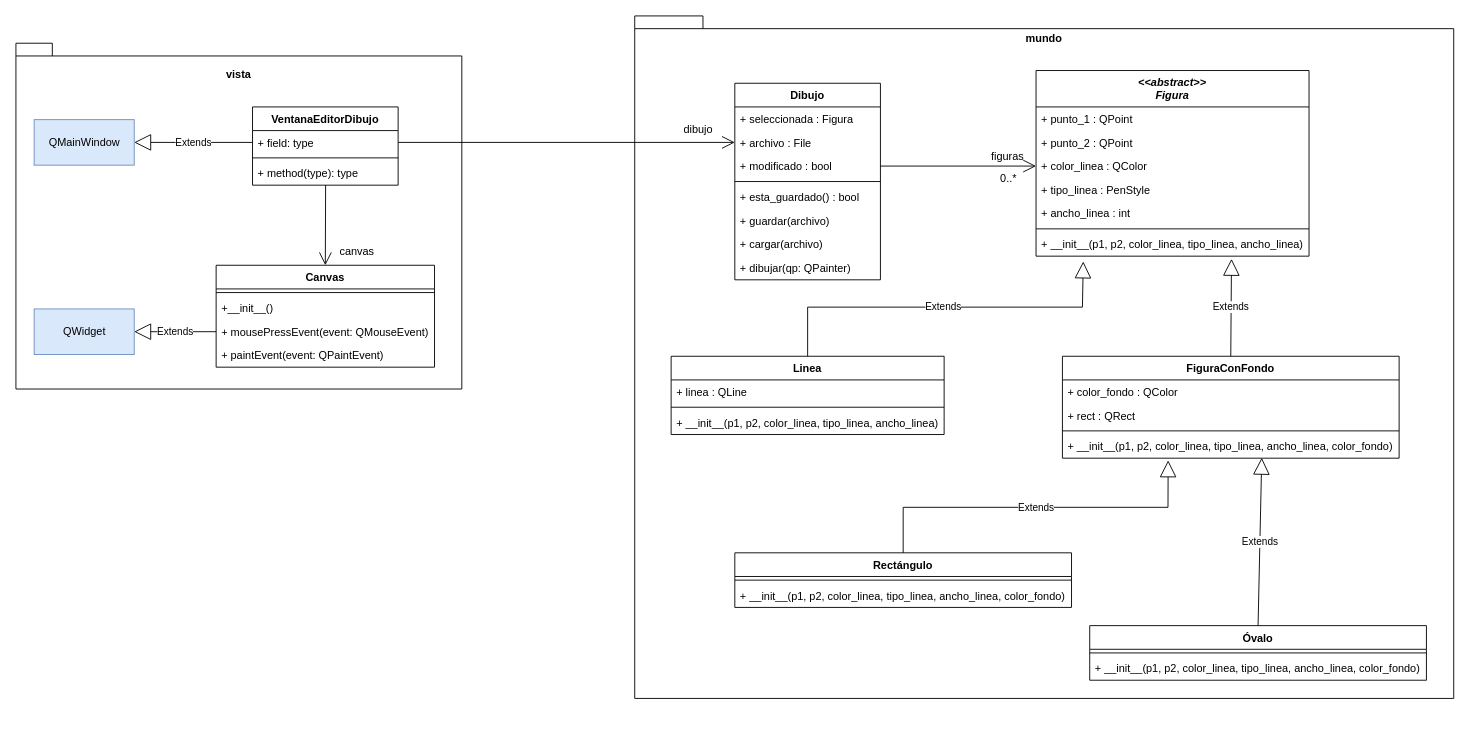
Before: diagrama_clases.drawio in jahlon/editor_dibujo_pyside, a draw.io diagram. Source tidied: cells renumbered, new cells numbered last; positions are measured from the earlier drawing's top-left corner, leaving out a move shared by most shapes. Both pictures are drawn from the tidied source at 91%, with x=0, y=0 at pixel (15, 15).
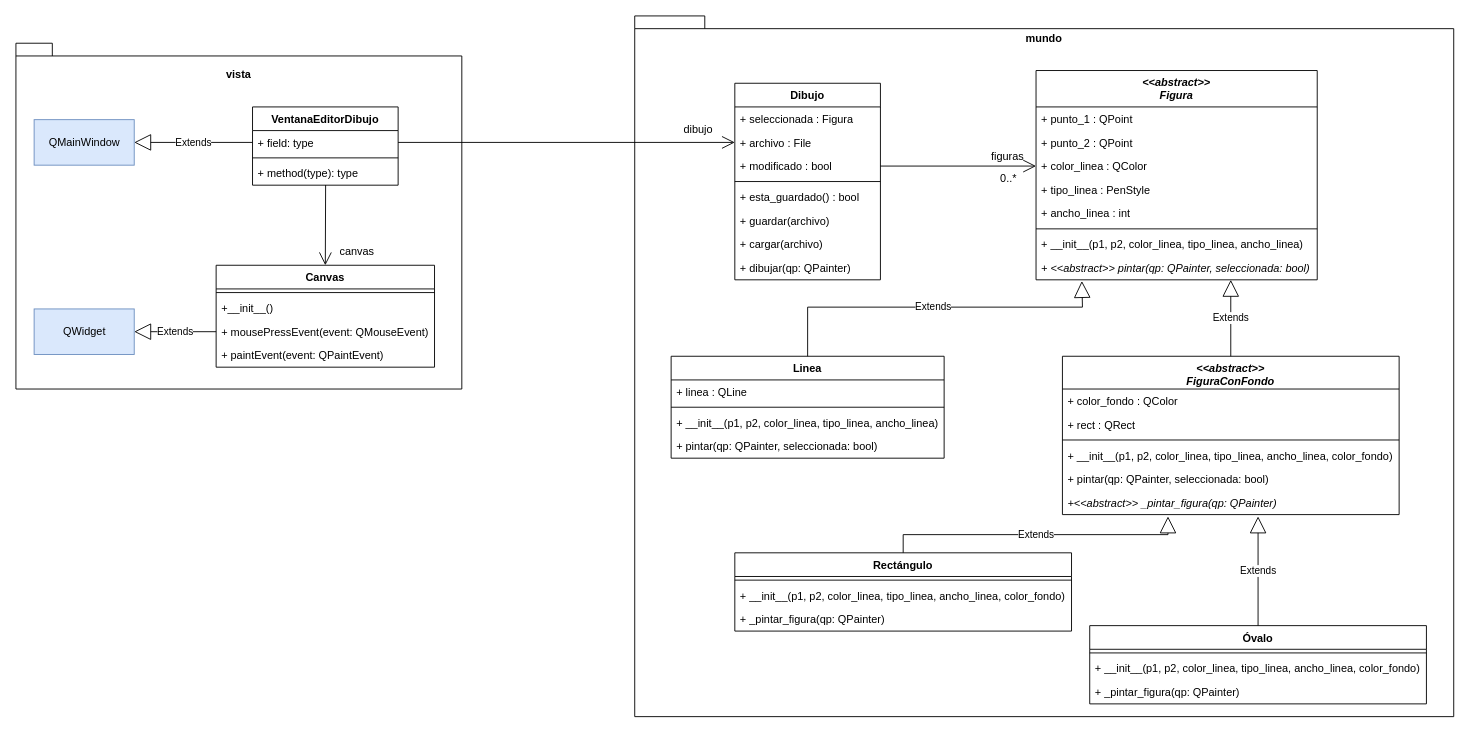
Above is the later version.

Commit message:
Modificar el diagrama para reflejar los cambios en el modelo

Change to the diagram source:
```diff
@@
     <mxCell id="2" style="shape=folder;fontStyle=1;spacingTop=10;tabWidth=40;tabHeight=14;tabPosition=left;html=1;fillColor=default;" parent="1" vertex="1">
-      <mxGeometry x="680" width="900" height="750" as="geometry" />
+      <mxGeometry x="680" width="900" height="770" as="geometry" />
     </mxCell>
@@
     <mxCell id="4" value="&lt;&lt;abstract&gt;&gt;&#10;Figura" style="swimlane;fontStyle=3;align=center;verticalAlign=top;horizontal=1;startSize=40;" parent="1" vertex="1">
-      <mxGeometry x="1121" y="60" width="300" height="204" as="geometry" />
+      <mxGeometry x="1121" y="60" width="309" height="230" as="geometry" />
     </mxCell>
     <mxCell id="5" value="+ punto_1 : QPoint&#10;" style="text;strokeColor=none;fillColor=none;align=left;verticalAlign=top;spacingLeft=4;spacingRight=4;overflow=hidden;" parent="4" vertex="1">
-      <mxGeometry y="40" width="300" height="26" as="geometry" />
+      <mxGeometry y="40" width="309" height="26" as="geometry" />
     </mxCell>
     <mxCell id="6" value="+ punto_2 : QPoint" style="text;strokeColor=none;fillColor=none;align=left;verticalAlign=top;spacingLeft=4;spacingRight=4;overflow=hidden;" parent="4" vertex="1">
-      <mxGeometry y="66" width="300" height="26" as="geometry" />
+      <mxGeometry y="66" width="309" height="26" as="geometry" />
     </mxCell>
     <mxCell id="7" value="+ color_linea : QColor" style="text;strokeColor=none;fillColor=none;align=left;verticalAlign=top;spacingLeft=4;spacingRight=4;overflow=hidden;points=[[0,0.5],[1,0.5]];portConstraint=eastwest;" parent="4" vertex="1">
-      <mxGeometry y="92" width="300" height="26" as="geometry" />
+      <mxGeometry y="92" width="309" height="26" as="geometry" />
     </mxCell>
     <mxCell id="8" value="+ tipo_linea : PenStyle" style="text;strokeColor=none;fillColor=none;align=left;verticalAlign=top;spacingLeft=4;spacingRight=4;overflow=hidden;" parent="4" vertex="1">
-      <mxGeometry y="118" width="300" height="26" as="geometry" />
+      <mxGeometry y="118" width="309" height="26" as="geometry" />
     </mxCell>
     <mxCell id="9" value="+ ancho_linea : int" style="text;strokeColor=none;fillColor=none;align=left;verticalAlign=top;spacingLeft=4;spacingRight=4;overflow=hidden;" parent="4" vertex="1">
-      <mxGeometry y="144" width="300" height="26" as="geometry" />
+      <mxGeometry y="144" width="309" height="26" as="geometry" />
     </mxCell>
     <mxCell id="10" style="line;strokeWidth=1;fillColor=none;align=left;verticalAlign=middle;spacingTop=-1;spacingLeft=3;spacingRight=3;labelPosition=right;" parent="4" vertex="1">
-      <mxGeometry y="170" width="300" height="8" as="geometry" />
+      <mxGeometry y="170" width="309" height="8" as="geometry" />
     </mxCell>
     <mxCell id="11" value="+ __init__(p1, p2, color_linea, tipo_linea, ancho_linea)" style="text;strokeColor=none;fillColor=none;align=left;verticalAlign=top;spacingLeft=4;spacingRight=4;overflow=hidden;points=[[0,0.5],[1,0.5]];portConstraint=eastwest;" parent="4" vertex="1">
-      <mxGeometry y="178" width="300" height="26" as="geometry" />
+      <mxGeometry y="178" width="309" height="26" as="geometry" />
     </mxCell>
+    <mxCell id="62" value="+ &lt;&lt;abstract&gt;&gt; pintar(qp: QPainter, seleccionada: bool)" style="text;strokeColor=none;fillColor=none;align=left;verticalAlign=top;spacingLeft=4;spacingRight=4;overflow=hidden;points=[[0,0.5],[1,0.5]];portConstraint=eastwest;fontStyle=2;" parent="4" vertex="1">
+      <mxGeometry y="204" width="309" height="26" as="geometry" />
+    </mxCell>
     <mxCell id="12" value="Linea" style="swimlane;fontStyle=1;align=center;verticalAlign=top;horizontal=1;startSize=26;" parent="1" vertex="1">
-      <mxGeometry x="720" y="374" width="300" height="86" as="geometry" />
+      <mxGeometry x="720" y="374" width="300" height="112" as="geometry" />
     </mxCell>
@@
+    <mxCell id="63" value="+ pintar(qp: QPainter, seleccionada: bool)" style="text;strokeColor=none;fillColor=none;align=left;verticalAlign=top;spacingLeft=4;spacingRight=4;overflow=hidden;fontStyle=0;" parent="12" vertex="1">
+      <mxGeometry y="86" width="300" height="26" as="geometry" />
+    </mxCell>
-    <mxCell id="16" value="FiguraConFondo" style="swimlane;fontStyle=1;align=center;verticalAlign=top;horizontal=1;startSize=26;" parent="1" vertex="1">
-      <mxGeometry x="1150" y="374" width="370" height="112" as="geometry" />
+    <mxCell id="16" value="&lt;&lt;abstract&gt;&gt;&#10;FiguraConFondo" style="swimlane;fontStyle=3;align=center;verticalAlign=top;horizontal=1;startSize=36;" parent="1" vertex="1">
+      <mxGeometry x="1150" y="374" width="370" height="174" as="geometry" />
     </mxCell>
     <mxCell id="17" value="+ color_fondo : QColor" style="text;strokeColor=none;fillColor=none;align=left;verticalAlign=top;spacingLeft=4;spacingRight=4;overflow=hidden;" parent="16" vertex="1">
-      <mxGeometry y="26" width="370" height="26" as="geometry" />
+      <mxGeometry y="36" width="370" height="26" as="geometry" />
     </mxCell>
     <mxCell id="18" value="+ rect : QRect" style="text;strokeColor=none;fillColor=none;align=left;verticalAlign=top;spacingLeft=4;spacingRight=4;overflow=hidden;" parent="16" vertex="1">
-      <mxGeometry y="52" width="370" height="26" as="geometry" />
+      <mxGeometry y="62" width="370" height="26" as="geometry" />
     </mxCell>
     <mxCell id="19" style="line;strokeWidth=1;fillColor=none;align=left;verticalAlign=middle;spacingTop=-1;spacingLeft=3;spacingRight=3;labelPosition=right;" parent="16" vertex="1">
-      <mxGeometry y="78" width="370" height="8" as="geometry" />
+      <mxGeometry y="88" width="370" height="8" as="geometry" />
     </mxCell>
     <mxCell id="20" value="+ __init__(p1, p2, color_linea, tipo_linea, ancho_linea, color_fondo)" style="text;strokeColor=none;fillColor=none;align=left;verticalAlign=top;spacingLeft=4;spacingRight=4;overflow=hidden;points=[[0,0.5],[1,0.5]];portConstraint=eastwest;" parent="16" vertex="1">
-      <mxGeometry y="86" width="370" height="26" as="geometry" />
+      <mxGeometry y="96" width="370" height="26" as="geometry" />
     </mxCell>
+    <mxCell id="64" value="+ pintar(qp: QPainter, seleccionada: bool)" style="text;strokeColor=none;fillColor=none;align=left;verticalAlign=top;spacingLeft=4;spacingRight=4;overflow=hidden;fontStyle=0;" parent="16" vertex="1">
+      <mxGeometry y="122" width="370" height="26" as="geometry" />
+    </mxCell>
+    <mxCell id="65" value="+&lt;&lt;abstract&gt;&gt; _pintar_figura(qp: QPainter)" style="text;strokeColor=none;fillColor=none;align=left;verticalAlign=top;spacingLeft=4;spacingRight=4;overflow=hidden;fontStyle=2;" parent="16" vertex="1">
+      <mxGeometry y="148" width="370" height="26" as="geometry" />
+    </mxCell>
     <mxCell id="21" value="Rectángulo" style="swimlane;fontStyle=1;align=center;verticalAlign=top;horizontal=1;startSize=26;" parent="1" vertex="1">
-      <mxGeometry x="790" y="590" width="370" height="60" as="geometry" />
+      <mxGeometry x="790" y="590" width="370" height="86" as="geometry" />
     </mxCell>
@@
+    <mxCell id="66" value="+ _pintar_figura(qp: QPainter)" style="text;strokeColor=none;fillColor=none;align=left;verticalAlign=top;spacingLeft=4;spacingRight=4;overflow=hidden;fontStyle=0;" parent="21" vertex="1">
+      <mxGeometry y="60" width="370" height="26" as="geometry" />
+    </mxCell>
     <mxCell id="24" value="Óvalo" style="swimlane;fontStyle=1;align=center;verticalAlign=top;horizontal=1;startSize=26;" parent="1" vertex="1">
-      <mxGeometry x="1180" y="670" width="370" height="60" as="geometry" />
+      <mxGeometry x="1180" y="670" width="370" height="86" as="geometry" />
     </mxCell>
@@
+    <mxCell id="67" value="+ _pintar_figura(qp: QPainter)" style="text;strokeColor=none;fillColor=none;align=left;verticalAlign=top;spacingLeft=4;spacingRight=4;overflow=hidden;fontStyle=0;" parent="24" vertex="1">
+      <mxGeometry y="60" width="370" height="26" as="geometry" />
+    </mxCell>
@@
-    <mxCell id="39" value="Extends" style="endArrow=block;endSize=16;endFill=0;html=1;rounded=0;entryX=0.173;entryY=1.225;entryDx=0;entryDy=0;entryPerimeter=0;exitX=0.5;exitY=0;exitDx=0;exitDy=0;" parent="1" edge="1" source="12" target="11">
+    <mxCell id="39" value="Extends" style="endArrow=block;endSize=16;endFill=0;html=1;rounded=0;entryX=0.163;entryY=1.051;entryDx=0;entryDy=0;entryPerimeter=0;exitX=0.5;exitY=0;exitDx=0;exitDy=0;" parent="1" edge="1" source="12" target="62">
       <mxGeometry relative="1" as="geometry">
         <Array as="points">
           <mxPoint x="870" y="320" />
           <mxPoint x="1172" y="320" />
         </Array>
       </mxGeometry>
     </mxCell>
-    <mxCell id="40" value="Extends" style="endArrow=block;endSize=16;endFill=0;html=1;rounded=0;entryX=0.716;entryY=1.115;entryDx=0;entryDy=0;entryPerimeter=0;exitX=0.5;exitY=0;exitDx=0;exitDy=0;" parent="1" edge="1" source="16" target="11">
-      <mxGeometry relative="1" as="geometry" />
+    <mxCell id="40" value="Extends" style="endArrow=block;endSize=16;endFill=0;html=1;rounded=0;exitX=0.5;exitY=0;exitDx=0;exitDy=0;" parent="1" edge="1" source="16">
+      <mxGeometry relative="1" as="geometry">
+        <mxPoint x="1335" y="290" as="targetPoint" />
+      </mxGeometry>
     </mxCell>
-    <mxCell id="41" value="Extends" style="endArrow=block;endSize=16;endFill=0;html=1;rounded=0;exitX=0.5;exitY=0;exitDx=0;exitDy=0;entryX=0.592;entryY=0.984;entryDx=0;entryDy=0;entryPerimeter=0;" parent="1" edge="1" source="24" target="20">
-      <mxGeometry relative="1" as="geometry" />
+    <mxCell id="41" value="Extends" style="endArrow=block;endSize=16;endFill=0;html=1;rounded=0;exitX=0.5;exitY=0;exitDx=0;exitDy=0;" parent="1" edge="1" source="24">
+      <mxGeometry relative="1" as="geometry">
+        <mxPoint x="1365" y="550" as="targetPoint" />
+      </mxGeometry>
     </mxCell>
-    <mxCell id="42" value="Extends" style="endArrow=block;endSize=16;endFill=0;html=1;rounded=0;entryX=0.314;entryY=1.093;entryDx=0;entryDy=0;entryPerimeter=0;exitX=0.5;exitY=0;exitDx=0;exitDy=0;" parent="1" edge="1" source="21" target="20">
+    <mxCell id="42" value="Extends" style="endArrow=block;endSize=16;endFill=0;html=1;rounded=0;exitX=0.5;exitY=0;exitDx=0;exitDy=0;" parent="1" edge="1" source="21">
       <mxGeometry relative="1" as="geometry">
+        <mxPoint x="1266" y="550" as="targetPoint" />
         <Array as="points">
-          <mxPoint x="975" y="540" />
-          <mxPoint x="1266" y="540" />
+          <mxPoint x="975" y="570" />
+          <mxPoint x="1266" y="570" />
         </Array>
       </mxGeometry>
     </mxCell>
```
